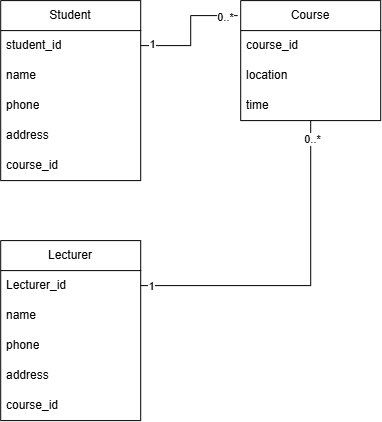
The draw.io diagram week5/activity1/CD.png in osy0602/pse, before a commit. Source tidied: cells renumbered, new cells last; positions are measured from the earlier drawing's top-left corner, leaving out a move shared by most shapes.
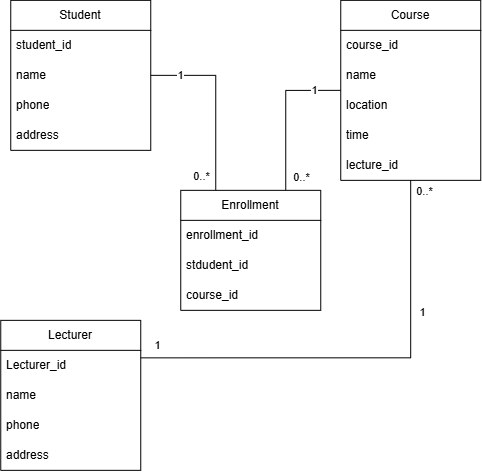
After the change.

The edit, as a diff of the source:
```diff
@@ -2,7 +2,7 @@
   <root>
     <mxCell id="0" />
     <mxCell id="1" parent="0" />
-    <mxCell id="2" style="edgeStyle=orthogonalEdgeStyle;rounded=0;jettySize=auto;html=1;exitX=1;exitY=0.25;exitDx=0;exitDy=0;entryX=0;entryY=0.5;entryDx=0;entryDy=0;endArrow=none;endFill=0;" parent="1" edge="1" source="5" target="x">
+    <mxCell id="2" style="edgeStyle=orthogonalEdgeStyle;rounded=0;jettySize=auto;html=1;exitX=1;exitY=0.25;exitDx=0;exitDy=0;entryX=0;entryY=0.5;entryDx=0;entryDy=0;endArrow=none;endFill=0;" parent="1" edge="1" source="5">
       <mxGeometry relative="1" as="geometry" />
     </mxCell>
     <mxCell id="3" value="1" style="edgeLabel;html=1;align=center;verticalAlign=middle;" parent="2" vertex="1">
@@ -11,8 +11,21 @@
     <mxCell id="4" value="0..*" style="edgeLabel;html=1;align=center;verticalAlign=middle;" parent="2" vertex="1">
       <mxGeometry x="0.87" relative="1" as="geometry" />
     </mxCell>
+    <mxCell id="31" style="edgeStyle=orthogonalEdgeStyle;rounded=0;jettySize=auto;html=1;exitX=1;exitY=0.5;exitDx=0;exitDy=0;entryX=0.25;entryY=0;entryDx=0;entryDy=0;endArrow=none;endFill=0;" parent="1" edge="1" source="5" target="38">
+      <mxGeometry relative="1" as="geometry" />
+    </mxCell>
+    <mxCell id="32" value="1" style="edgeLabel;html=1;align=center;verticalAlign=middle;" parent="31" vertex="1">
+      <mxGeometry x="-0.66" relative="1" as="geometry">
+        <mxPoint x="-1" as="offset" />
+      </mxGeometry>
+    </mxCell>
+    <mxCell id="33" value="0..*" style="edgeLabel;html=1;align=center;verticalAlign=middle;" parent="31" vertex="1">
+      <mxGeometry x="0.81" y="1" relative="1" as="geometry">
+        <mxPoint x="-16" y="2" as="offset" />
+      </mxGeometry>
+    </mxCell>
     <mxCell id="5" value="Student" style="swimlane;fontStyle=0;horizontal=1;startSize=30;whiteSpace=wrap;html=1;" parent="1" vertex="1">
-      <mxGeometry width="140" height="180" as="geometry" />
+      <mxGeometry x="-90" y="-40" width="140" height="150" as="geometry" />
     </mxCell>
     <mxCell id="6" value="student_id" style="text;strokeColor=none;fillColor=none;align=left;verticalAlign=middle;spacingLeft=4;spacingRight=4;overflow=hidden;whiteSpace=wrap;html=1;" parent="5" vertex="1">
       <mxGeometry y="30" width="140" height="30" as="geometry" />
@@ -26,10 +39,7 @@
     <mxCell id="9" value="address" style="text;strokeColor=none;fillColor=none;align=left;verticalAlign=middle;spacingLeft=4;spacingRight=4;overflow=hidden;whiteSpace=wrap;html=1;" parent="5" vertex="1">
       <mxGeometry y="120" width="140" height="30" as="geometry" />
     </mxCell>
-    <mxCell id="10" value="course_id" style="text;strokeColor=none;fillColor=none;align=left;verticalAlign=middle;spacingLeft=4;spacingRight=4;overflow=hidden;whiteSpace=wrap;html=1;" parent="5" vertex="1">
-      <mxGeometry y="150" width="140" height="30" as="geometry" />
-    </mxCell>
-    <mxCell id="11" style="edgeStyle=orthogonalEdgeStyle;rounded=0;jettySize=auto;html=1;exitX=1;exitY=0.25;exitDx=0;exitDy=0;entryX=0;entryY=0.5;entryDx=0;entryDy=0;endArrow=none;endFill=0;" parent="1" edge="1" source="16" target="x">
+    <mxCell id="11" style="edgeStyle=orthogonalEdgeStyle;rounded=0;jettySize=auto;html=1;exitX=1;exitY=0.25;exitDx=0;exitDy=0;entryX=0;entryY=0.5;entryDx=0;entryDy=0;endArrow=none;endFill=0;" parent="1" edge="1" source="16">
       <mxGeometry relative="1" as="geometry" />
     </mxCell>
     <mxCell id="12" value="1" style="edgeLabel;html=1;align=center;verticalAlign=middle;" parent="11" vertex="1">
@@ -42,16 +52,16 @@
     </mxCell>
     <mxCell id="14" value="1" style="edgeLabel;html=1;align=center;verticalAlign=middle;" parent="13" vertex="1">
       <mxGeometry x="-0.88" y="-1" relative="1" as="geometry">
-        <mxPoint x="-10" y="-1" as="offset" />
+        <mxPoint x="-10" y="-14" as="offset" />
       </mxGeometry>
     </mxCell>
     <mxCell id="15" value="0..*" style="edgeLabel;html=1;align=center;verticalAlign=middle;" parent="13" vertex="1">
       <mxGeometry x="0.89" y="-1" relative="1" as="geometry">
-        <mxPoint y="-1" as="offset" />
+        <mxPoint x="12" y="-14" as="offset" />
       </mxGeometry>
     </mxCell>
     <mxCell id="16" value="Lecturer" style="swimlane;fontStyle=0;horizontal=1;startSize=30;whiteSpace=wrap;html=1;" parent="1" vertex="1">
-      <mxGeometry y="240" width="140" height="180" as="geometry" />
+      <mxGeometry x="-100" y="280" width="140" height="150" as="geometry" />
     </mxCell>
     <mxCell id="17" value="Lecturer_id" style="text;strokeColor=none;fillColor=none;align=left;verticalAlign=middle;spacingLeft=4;spacingRight=4;overflow=hidden;whiteSpace=wrap;html=1;" parent="16" vertex="1">
       <mxGeometry y="30" width="140" height="30" as="geometry" />
@@ -65,22 +75,31 @@
     <mxCell id="20" value="address" style="text;strokeColor=none;fillColor=none;align=left;verticalAlign=middle;spacingLeft=4;spacingRight=4;overflow=hidden;whiteSpace=wrap;html=1;" parent="16" vertex="1">
       <mxGeometry y="120" width="140" height="30" as="geometry" />
     </mxCell>
-    <mxCell id="21" value="course_id" style="text;strokeColor=none;fillColor=none;align=left;verticalAlign=middle;spacingLeft=4;spacingRight=4;overflow=hidden;whiteSpace=wrap;html=1;" parent="16" vertex="1">
-      <mxGeometry y="150" width="140" height="30" as="geometry" />
-    </mxCell>
+    <mxCell id="34" style="edgeStyle=orthogonalEdgeStyle;rounded=0;jettySize=auto;html=1;exitX=0;exitY=0.5;exitDx=0;exitDy=0;entryX=0.75;entryY=0;entryDx=0;entryDy=0;endArrow=none;endFill=0;" parent="1" edge="1" source="22" target="38">
+      <mxGeometry relative="1" as="geometry" />
+    </mxCell>
+    <mxCell id="35" value="1" style="edgeLabel;html=1;align=center;verticalAlign=middle;" parent="34" vertex="1">
+      <mxGeometry x="-0.65" relative="1" as="geometry" />
+    </mxCell>
     <mxCell id="22" value="Course" style="swimlane;fontStyle=0;horizontal=1;startSize=30;whiteSpace=wrap;html=1;" parent="1" vertex="1">
-      <mxGeometry x="240" width="140" height="120" as="geometry" />
+      <mxGeometry x="240" y="-40" width="140" height="180" as="geometry" />
     </mxCell>
     <mxCell id="23" value="course_id" style="text;strokeColor=none;fillColor=none;align=left;verticalAlign=middle;spacingLeft=4;spacingRight=4;overflow=hidden;whiteSpace=wrap;html=1;" parent="22" vertex="1">
       <mxGeometry y="30" width="140" height="30" as="geometry" />
     </mxCell>
+    <mxCell id="36" value="name" style="text;strokeColor=none;fillColor=none;align=left;verticalAlign=middle;spacingLeft=4;spacingRight=4;overflow=hidden;whiteSpace=wrap;html=1;" parent="22" vertex="1">
+      <mxGeometry y="60" width="140" height="30" as="geometry" />
+    </mxCell>
     <mxCell id="24" value="location" style="text;strokeColor=none;fillColor=none;align=left;verticalAlign=middle;spacingLeft=4;spacingRight=4;overflow=hidden;whiteSpace=wrap;html=1;" parent="22" vertex="1">
-      <mxGeometry y="60" width="140" height="30" as="geometry" />
+      <mxGeometry y="90" width="140" height="30" as="geometry" />
     </mxCell>
     <mxCell id="25" value="time" style="text;strokeColor=none;fillColor=none;align=left;verticalAlign=middle;spacingLeft=4;spacingRight=4;overflow=hidden;whiteSpace=wrap;html=1;" parent="22" vertex="1">
-      <mxGeometry y="90" width="140" height="30" as="geometry" />
+      <mxGeometry y="120" width="140" height="30" as="geometry" />
     </mxCell>
+    <mxCell id="37" value="lecture_id" style="text;strokeColor=none;fillColor=none;align=left;verticalAlign=middle;spacingLeft=4;spacingRight=4;overflow=hidden;whiteSpace=wrap;html=1;" parent="22" vertex="1">
+      <mxGeometry y="150" width="140" height="30" as="geometry" />
+    </mxCell>
-    <mxCell id="26" style="edgeStyle=orthogonalEdgeStyle;rounded=0;jettySize=auto;html=1;exitX=0;exitY=0.5;exitDx=0;exitDy=0;entryX=1;entryY=0.5;entryDx=0;entryDy=0;endArrow=none;endFill=0;" parent="1" edge="1" source="x" target="18">
+    <mxCell id="26" style="edgeStyle=orthogonalEdgeStyle;rounded=0;jettySize=auto;html=1;exitX=0;exitY=0.5;exitDx=0;exitDy=0;entryX=1;entryY=0.5;entryDx=0;entryDy=0;endArrow=none;endFill=0;" parent="1" edge="1" target="18">
       <mxGeometry relative="1" as="geometry" />
     </mxCell>
     <mxCell id="27" value="1" style="edgeLabel;html=1;align=center;verticalAlign=middle;" parent="26" vertex="1">
@@ -88,14 +107,25 @@
         <mxPoint x="-11" y="4" as="offset" />
       </mxGeometry>
     </mxCell>
-    <mxCell id="28" style="edgeStyle=orthogonalEdgeStyle;rounded=0;jettySize=auto;html=1;exitX=1;exitY=0.25;exitDx=0;exitDy=0;entryX=-0.022;entryY=0.125;entryDx=0;entryDy=0;entryPerimeter=0;endArrow=none;endFill=0;" parent="1" edge="1" source="5" target="22">
-      <mxGeometry relative="1" as="geometry" />
-    </mxCell>
-    <mxCell id="29" value="1" style="edgeLabel;html=1;align=center;verticalAlign=middle;" parent="28" vertex="1">
-      <mxGeometry x="-0.82" y="2" relative="1" as="geometry" />
-    </mxCell>
-    <mxCell id="30" value="0..*" style="edgeLabel;html=1;align=center;verticalAlign=middle;" parent="28" vertex="1">
-      <mxGeometry x="0.8" y="-1" relative="1" as="geometry" />
-    </mxCell>
+    <mxCell id="38" value="Enrollment" style="swimlane;fontStyle=0;horizontal=1;startSize=30;whiteSpace=wrap;html=1;" parent="1" vertex="1">
+      <mxGeometry x="80" y="150" width="140" height="120" as="geometry" />
+    </mxCell>
+    <mxCell id="39" value="enrollment_id" style="text;strokeColor=none;fillColor=none;align=left;verticalAlign=middle;spacingLeft=4;spacingRight=4;overflow=hidden;whiteSpace=wrap;html=1;" parent="38" vertex="1">
+      <mxGeometry y="30" width="140" height="30" as="geometry" />
+    </mxCell>
+    <mxCell id="40" value="stdudent_id" style="text;strokeColor=none;fillColor=none;align=left;verticalAlign=middle;spacingLeft=4;spacingRight=4;overflow=hidden;whiteSpace=wrap;html=1;" parent="38" vertex="1">
+      <mxGeometry y="60" width="140" height="30" as="geometry" />
+    </mxCell>
+    <mxCell id="41" value="course_id" style="text;strokeColor=none;fillColor=none;align=left;verticalAlign=middle;spacingLeft=4;spacingRight=4;overflow=hidden;whiteSpace=wrap;html=1;" parent="38" vertex="1">
+      <mxGeometry y="90" width="140" height="30" as="geometry" />
+    </mxCell>
+    <mxCell id="42" value="0..*" style="edgeLabel;html=1;align=center;verticalAlign=middle;" parent="1" vertex="1">
+      <mxGeometry x="200" y="137" as="geometry" />
+    </mxCell>
+    <mxCell id="43" value="1" style="edgeLabel;html=1;align=center;verticalAlign=middle;" parent="1" vertex="1">
+      <mxGeometry x="180" y="320" as="geometry">
+        <mxPoint x="141" y="-48" as="offset" />
+      </mxGeometry>
+    </mxCell>
   </root>
 </mxGraphModel>
```
